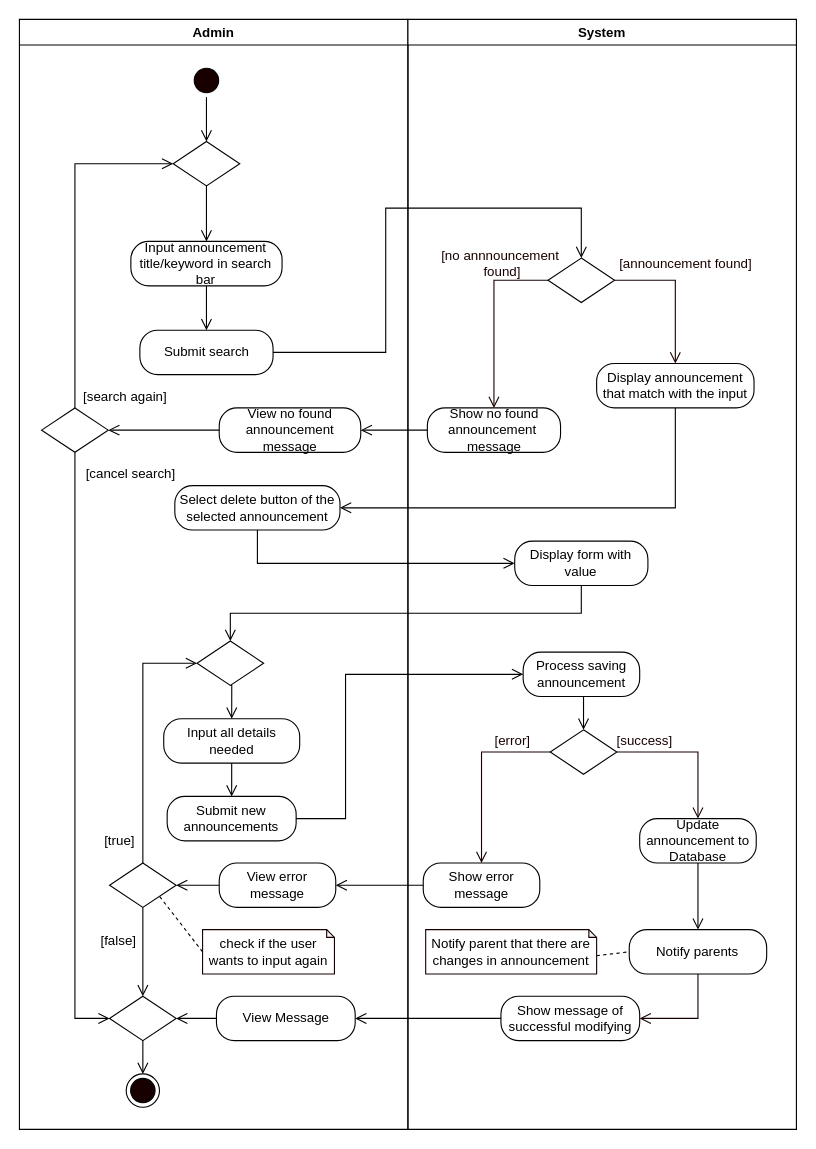
The draw.io diagram page "Edit Announcement" (12 of 12) of REVISIONS/UML-DIAGRAMS/6-28-2021/ACTIVITY DIAGRAM/ACTIVITY DIAGRAM2.drawio in mrklglsn/CAPSTONE-FILES, before the edit. Source tidied: cells renumbered, new cells numbered last; positions are measured from the earlier drawing's top-left corner, leaving out a move shared by most shapes. Both pictures are drawn from the tidied source at 111%, with x=0, y=0 at pixel (19, 19).
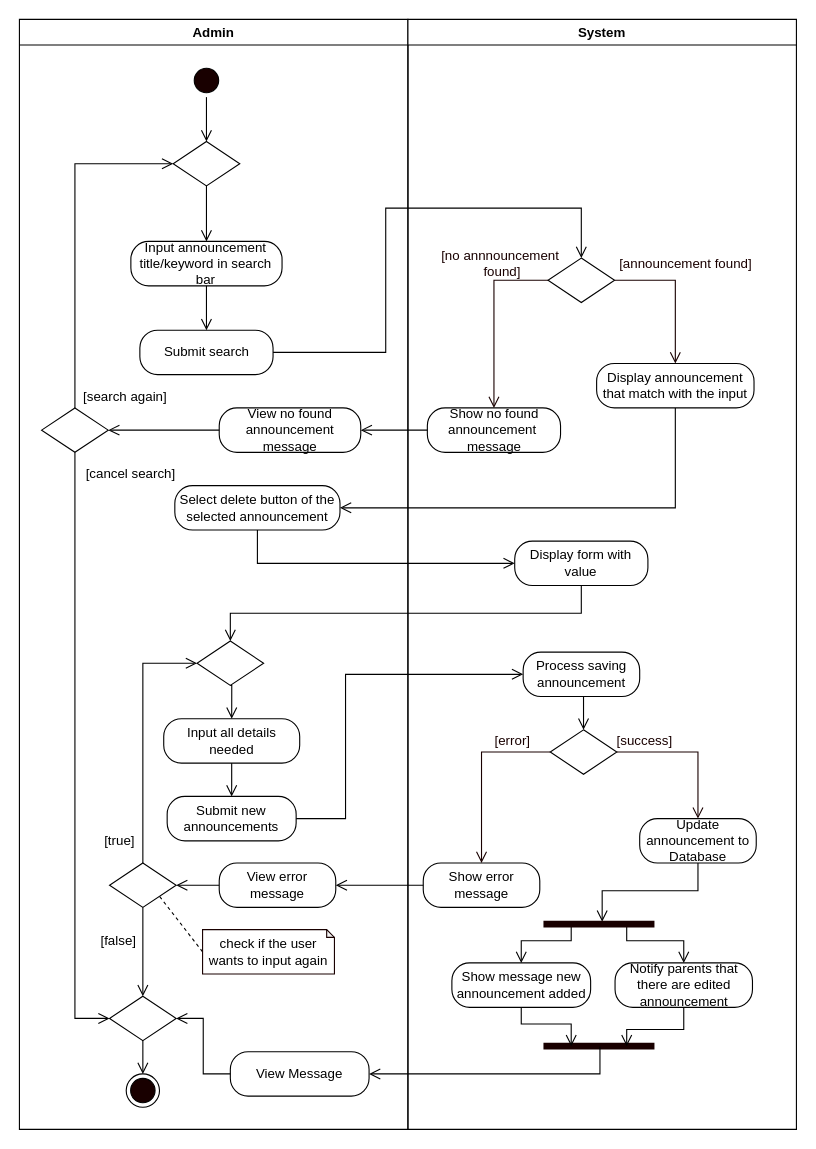
After the change.

The change refers to these unchanged cells:
```xml
<mxCell id="2" value="Admin" style="swimlane;startSize=23;" parent="1" vertex="1">
  <mxGeometry width="350" height="1000" as="geometry" />
</mxCell>
<mxCell id="10" value="System" style="swimlane;" parent="1" vertex="1">
  <mxGeometry x="350" width="350" height="1000" as="geometry" />
</mxCell>
<mxCell id="21" style="rhombus;whiteSpace=wrap;html=1;" parent="10" vertex="1">
  <mxGeometry x="-268.8" y="880" width="60" height="40" as="geometry" />
</mxCell>
<mxCell id="31" value="Update announcement to Database" style="rounded=1;whiteSpace=wrap;html=1;arcSize=40;" parent="10" vertex="1">
  <mxGeometry x="208.8" y="720" width="105" height="40" as="geometry" />
</mxCell>
```

Diff of the diagram source:
```diff
@@
+    <mxCell id="17" value="View Message" style="rounded=1;whiteSpace=wrap;html=1;arcSize=40;" parent="2" vertex="1">
+      <mxGeometry x="190" y="930" width="125" height="40" as="geometry" />
+    </mxCell>
@@
-    <mxCell id="17" value="View Message" style="rounded=1;whiteSpace=wrap;html=1;arcSize=40;" parent="10" vertex="1">
-      <mxGeometry x="-172.5" y="880" width="125" height="40" as="geometry" />
-    </mxCell>
@@
-    <mxCell id="23" style="edgeStyle=orthogonalEdgeStyle;rounded=0;jettySize=auto;html=1;exitX=0;exitY=0.5;exitDx=0;exitDy=0;entryX=1;entryY=0.5;entryDx=0;entryDy=0;endArrow=open;endFill=0;endSize=8;" parent="10" edge="1" source="17" target="21">
-      <mxGeometry relative="1" as="geometry" />
-    </mxCell>
@@
-    <mxCell id="30" style="edgeStyle=orthogonalEdgeStyle;rounded=0;jettySize=auto;html=1;exitX=0.5;exitY=1;exitDx=0;exitDy=0;entryX=0.5;entryY=0;entryDx=0;entryDy=0;endArrow=open;endFill=0;endSize=8;" parent="10" edge="1" source="31" target="38">
+    <mxCell id="30" style="edgeStyle=orthogonalEdgeStyle;rounded=0;jettySize=auto;html=1;exitX=0.5;exitY=1;exitDx=0;exitDy=0;entryX=0.529;entryY=0.3;entryDx=0;entryDy=0;endArrow=open;endFill=0;endSize=8;entryPerimeter=0;" parent="10" edge="1" source="31" target="73">
       <mxGeometry relative="1" as="geometry" />
     </mxCell>
@@
-    <mxCell id="34" value="Show message of successful modifying" style="rounded=1;whiteSpace=wrap;html=1;arcSize=40;" parent="10" vertex="1">
-      <mxGeometry x="83.8" y="880" width="125" height="40" as="geometry" />
-    </mxCell>
-    <mxCell id="35" style="edgeStyle=orthogonalEdgeStyle;rounded=0;jettySize=auto;html=1;exitX=0;exitY=0.5;exitDx=0;exitDy=0;entryX=1;entryY=0.5;entryDx=0;entryDy=0;endArrow=open;endFill=0;endSize=8;" parent="10" edge="1" source="34" target="17">
-      <mxGeometry relative="1" as="geometry" />
-    </mxCell>
-    <mxCell id="36" style="edgeStyle=orthogonalEdgeStyle;rounded=0;jettySize=auto;html=1;entryX=1;entryY=0.5;entryDx=0;entryDy=0;fontColor=#FFFFFF;endArrow=open;endFill=0;endSize=8;strokeColor=#190000;exitX=0.5;exitY=1;exitDx=0;exitDy=0;" parent="10" edge="1" source="38" target="34">
-      <mxGeometry relative="1" as="geometry" />
-    </mxCell>
@@
-    <mxCell id="38" value="Notify parents" style="rounded=1;whiteSpace=wrap;html=1;arcSize=40;" parent="10" vertex="1">
-      <mxGeometry x="199.4" y="820" width="123.8" height="40" as="geometry" />
-    </mxCell>
-    <mxCell id="39" style="rounded=0;jettySize=auto;html=1;exitX=0;exitY=0;exitDx=154;exitDy=23.5;exitPerimeter=0;entryX=0;entryY=0.5;entryDx=0;entryDy=0;endArrow=none;endFill=0;endSize=8;dashed=1;" parent="10" edge="1" source="40" target="38">
-      <mxGeometry relative="1" as="geometry" />
-    </mxCell>
-    <mxCell id="40" value="Notify parent that there are changes in announcement" style="shape=note;whiteSpace=wrap;html=1;backgroundOutline=1;darkOpacity=0.05;strokeColor=#190000;size=7;" parent="10" vertex="1">
-      <mxGeometry x="16" y="820" width="154" height="40" as="geometry" />
-    </mxCell>
+    <mxCell id="69" value="Show message new announcement added" style="rounded=1;whiteSpace=wrap;html=1;arcSize=40;" parent="10" vertex="1">
+      <mxGeometry x="39.6" y="850" width="125" height="40" as="geometry" />
+    </mxCell>
+    <mxCell id="70" value="Notify parents that there are edited announcement" style="rounded=1;whiteSpace=wrap;html=1;arcSize=40;" parent="10" vertex="1">
+      <mxGeometry x="186.6" y="850" width="123.8" height="40" as="geometry" />
+    </mxCell>
+    <mxCell id="71" style="edgeStyle=orthogonalEdgeStyle;rounded=0;jettySize=auto;html=1;exitX=0.25;exitY=0.5;exitDx=0;exitDy=0;exitPerimeter=0;endArrow=open;endFill=0;endSize=8;" parent="10" edge="1" source="73" target="69">
+      <mxGeometry relative="1" as="geometry">
+        <Array as="points">
+          <mxPoint x="147.1" y="830" />
+          <mxPoint x="102.1" y="830" />
+        </Array>
+      </mxGeometry>
+    </mxCell>
+    <mxCell id="72" style="edgeStyle=orthogonalEdgeStyle;rounded=0;jettySize=auto;html=1;exitX=0.75;exitY=0.5;exitDx=0;exitDy=0;exitPerimeter=0;endArrow=open;endFill=0;endSize=8;entryX=0.5;entryY=0;entryDx=0;entryDy=0;" parent="10" edge="1" source="73" target="70">
+      <mxGeometry relative="1" as="geometry">
+        <Array as="points">
+          <mxPoint x="197.1" y="830" />
+          <mxPoint x="248.1" y="830" />
+        </Array>
+      </mxGeometry>
+    </mxCell>
+    <mxCell id="73" style="shape=line;html=1;strokeWidth=6;strokeColor=#190000;" parent="10" vertex="1">
+      <mxGeometry x="122.1" y="810" width="100" height="10" as="geometry" />
+    </mxCell>
+    <mxCell id="74" style="shape=line;html=1;strokeWidth=6;strokeColor=#190000;" parent="10" vertex="1">
+      <mxGeometry x="122.1" y="920" width="100" height="10" as="geometry" />
+    </mxCell>
+    <mxCell id="75" style="edgeStyle=orthogonalEdgeStyle;rounded=0;jettySize=auto;html=1;exitX=0.5;exitY=1;exitDx=0;exitDy=0;endArrow=open;endFill=0;endSize=8;entryX=0.25;entryY=0.5;entryDx=0;entryDy=0;entryPerimeter=0;" parent="10" edge="1" source="69" target="74">
+      <mxGeometry relative="1" as="geometry">
+        <Array as="points">
+          <mxPoint x="102.1" y="905" />
+          <mxPoint x="147.1" y="905" />
+        </Array>
+      </mxGeometry>
+    </mxCell>
+    <mxCell id="76" style="edgeStyle=orthogonalEdgeStyle;rounded=0;jettySize=auto;html=1;exitX=0.5;exitY=1;exitDx=0;exitDy=0;entryX=0.75;entryY=0.5;entryDx=0;entryDy=0;entryPerimeter=0;endArrow=open;endFill=0;endSize=8;" parent="10" edge="1" source="70" target="74">
+      <mxGeometry relative="1" as="geometry" />
+    </mxCell>
@@
+    <mxCell id="23" style="edgeStyle=orthogonalEdgeStyle;rounded=0;jettySize=auto;html=1;exitX=0;exitY=0.5;exitDx=0;exitDy=0;entryX=1;entryY=0.5;entryDx=0;entryDy=0;endArrow=open;endFill=0;endSize=8;" parent="1" edge="1" source="17" target="21">
+      <mxGeometry relative="1" as="geometry" />
+    </mxCell>
+    <mxCell id="35" style="edgeStyle=orthogonalEdgeStyle;rounded=0;jettySize=auto;html=1;exitX=0.509;exitY=0.559;exitDx=0;exitDy=0;entryX=1;entryY=0.5;entryDx=0;entryDy=0;endArrow=open;endFill=0;endSize=8;exitPerimeter=0;" parent="1" edge="1" source="74" target="17">
+      <mxGeometry relative="1" as="geometry">
+        <Array as="points">
+          <mxPoint x="523" y="950" />
+        </Array>
+      </mxGeometry>
+    </mxCell>
```
